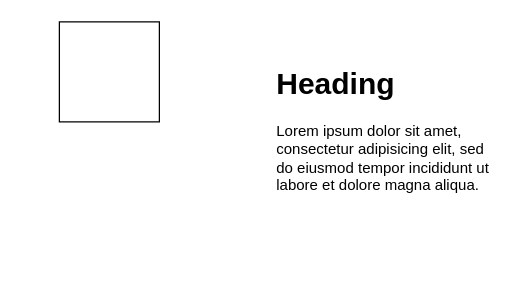
Earlier version of the draw.io diagram Untitled Diagram.drawio (JustinMa972/ImageHosting). Source tidied: cells renumbered, new cells numbered last; positions are measured from the earlier drawing's top-left corner, leaving out a move shared by most shapes. Both pictures are drawn from the tidied source at 125%, with x=0, y=0 at pixel (59, 21).
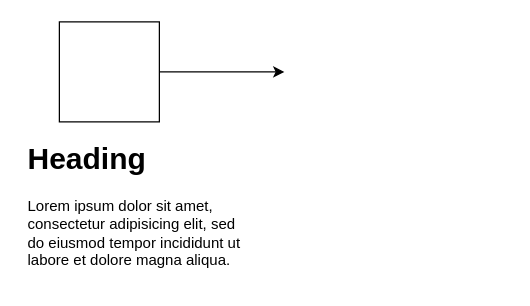
Above is the later version.

What changed in the source:
```diff
@@
 <mxGraphModel>
   <root>
     <mxCell id="0" />
     <mxCell id="1" parent="0" />
+    <mxCell id="4" style="edgeStyle=orthogonalEdgeStyle;rounded=0;jettySize=auto;html=1;exitX=1;exitY=0.5;exitDx=0;exitDy=0;" parent="1" edge="1" source="2">
+      <mxGeometry relative="1" as="geometry">
+        <mxPoint x="180" y="40" as="targetPoint" />
+      </mxGeometry>
+    </mxCell>
     <mxCell id="2" style="whiteSpace=wrap;html=1;" parent="1" vertex="1">
       <mxGeometry width="80" height="80" as="geometry" />
     </mxCell>
     <mxCell id="3" value="&lt;h1&gt;Heading&lt;/h1&gt;&lt;p&gt;Lorem ipsum dolor sit amet, consectetur adipisicing elit, sed do eiusmod tempor incididunt ut labore et dolore magna aliqua.&lt;/p&gt;" style="text;html=1;strokeColor=none;fillColor=none;spacing=5;spacingTop=-20;whiteSpace=wrap;overflow=hidden;rounded=0;" parent="1" vertex="1">
-      <mxGeometry x="169" y="30" width="190" height="120" as="geometry" />
+      <mxGeometry x="-30" y="90" width="190" height="120" as="geometry" />
     </mxCell>
   </root>
 </mxGraphModel>
```
